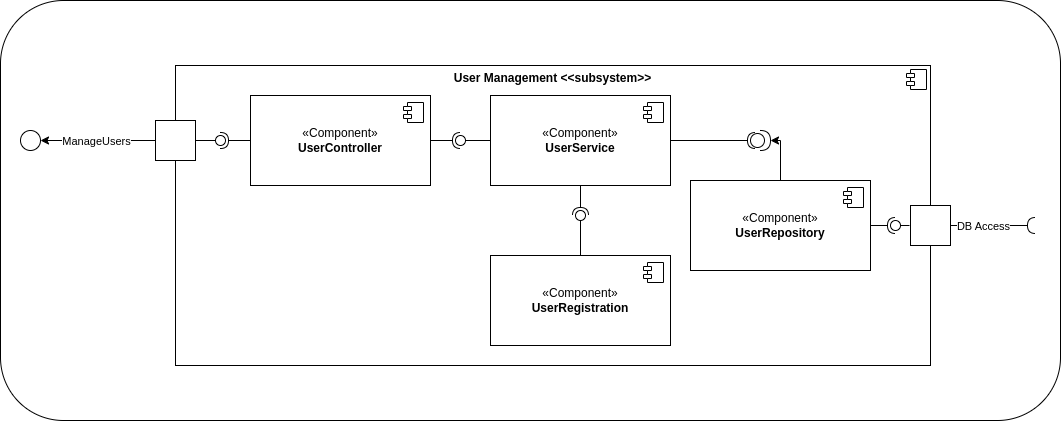
The draw.io diagram Assets/ComponentDiagram.drawio.png in uvic-teach/project-m1-team9, before a commit. Source tidied: cells renumbered, new cells last; positions are measured from the earlier drawing's top-left corner, leaving out a move shared by most shapes.
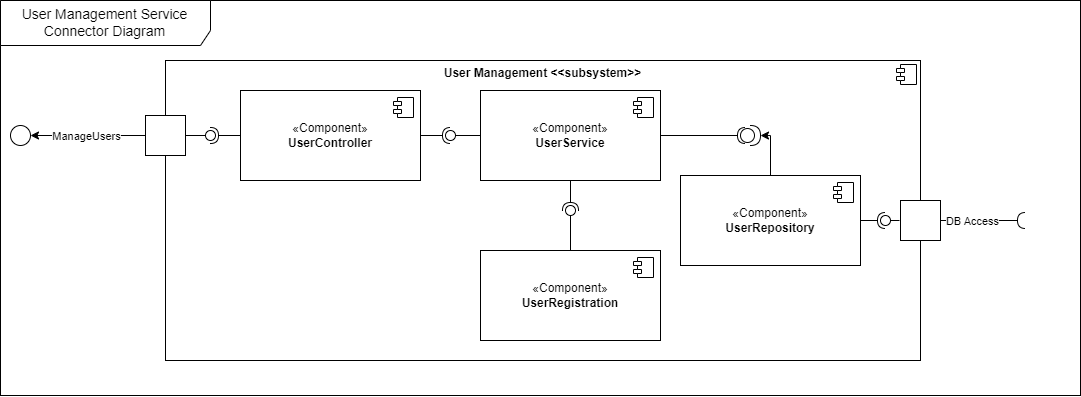
After the commit.

Diff of the diagram source:
```diff
@@ -2,9 +2,9 @@
   <root>
     <mxCell id="0" />
     <mxCell id="1" parent="0" />
-    <mxCell id="2" style="rounded=1;whiteSpace=wrap;html=1;" parent="1" vertex="1">
-      <mxGeometry width="1060" height="420" as="geometry" />
-    </mxCell>
+    <mxCell id="40" style="rounded=0;whiteSpace=wrap;html=1;" parent="1" vertex="1">
+      <mxGeometry x="10" y="5" width="1080" height="395" as="geometry" />
+    </mxCell>
     <mxCell id="3" value="&lt;p style=&quot;margin:0px;margin-top:6px;text-align:center;&quot;&gt;&lt;b&gt;User Management &amp;lt;&amp;lt;subsystem&amp;gt;&amp;gt;&lt;/b&gt;&lt;/p&gt;" style="align=left;overflow=fill;html=1;whiteSpace=wrap;" parent="1" vertex="1">
       <mxGeometry x="175" y="65" width="755" height="300" as="geometry" />
     </mxCell>
@@ -138,5 +138,8 @@
     <mxCell id="39" style="ellipse;whiteSpace=wrap;html=1;" parent="1" vertex="1">
       <mxGeometry x="20" y="130" width="20" height="20" as="geometry" />
     </mxCell>
+    <mxCell id="41" value="&lt;font style=&quot;font-size: 14px;&quot;&gt;User Management Service Connector Diagram&lt;/font&gt;" style="shape=umlFrame;whiteSpace=wrap;html=1;width=210;height=45;" parent="1" vertex="1">
+      <mxGeometry x="10" y="5" width="1080" height="395" as="geometry" />
+    </mxCell>
   </root>
 </mxGraphModel>
```
